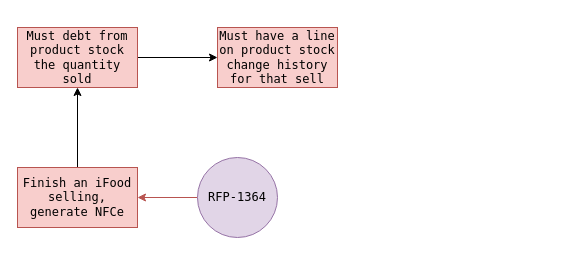
JoaoDiasDev/mind-maps keeps this draw.io diagram as work/rca/RFP-1364-MindMap.drawio. Above is the earlier version. Source tidied: cells renumbered, new cells numbered last; positions are measured from the earlier drawing's top-left corner, leaving out a move shared by most shapes. Both pictures are drawn from the tidied source at 100%, with x=0, y=0 at pixel (17, 27).
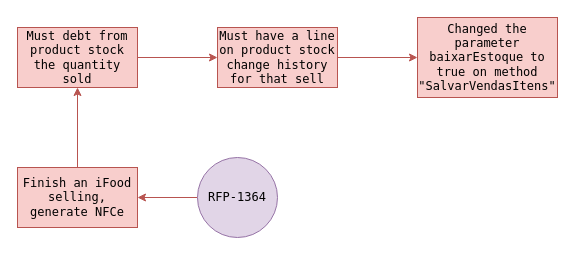
The same page after the edit.

What changed in the source:
```diff
@@
 <mxGraphModel>
   <root>
     <mxCell id="0" />
     <mxCell id="1" parent="0" />
     <mxCell id="2" style="edgeStyle=orthogonalEdgeStyle;rounded=0;jettySize=auto;html=1;fillColor=#f8cecc;strokeColor=#b85450;" parent="1" edge="1" source="3" target="5">
       <mxGeometry relative="1" as="geometry" />
     </mxCell>
     <mxCell id="3" value="RFP-1364" style="ellipse;whiteSpace=wrap;html=1;fillColor=#e1d5e7;strokeColor=#9673a6;fontFamily=Lucida Console;" parent="1" vertex="1">
       <mxGeometry x="180" y="130" width="80" height="80" as="geometry" />
     </mxCell>
-    <mxCell id="4" style="edgeStyle=orthogonalEdgeStyle;rounded=0;jettySize=auto;html=1;" parent="1" edge="1" source="5" target="7">
+    <mxCell id="4" style="edgeStyle=orthogonalEdgeStyle;rounded=0;jettySize=auto;html=1;fillColor=#f8cecc;strokeColor=#b85450;" parent="1" edge="1" source="5" target="7">
       <mxGeometry relative="1" as="geometry" />
     </mxCell>
     <mxCell id="5" value="Finish an iFood selling, generate NFCe" style="whiteSpace=wrap;html=1;fontFamily=Lucida Console;fillColor=#f8cecc;strokeColor=#b85450;" parent="1" vertex="1">
       <mxGeometry y="140" width="120" height="60" as="geometry" />
     </mxCell>
-    <mxCell id="6" style="edgeStyle=orthogonalEdgeStyle;rounded=0;jettySize=auto;html=1;" parent="1" edge="1" source="7" target="8">
+    <mxCell id="6" style="edgeStyle=orthogonalEdgeStyle;rounded=0;jettySize=auto;html=1;fillColor=#f8cecc;strokeColor=#b85450;" parent="1" edge="1" source="7" target="8">
       <mxGeometry relative="1" as="geometry" />
     </mxCell>
     <mxCell id="7" value="Must debt from product stock the quantity sold" style="whiteSpace=wrap;html=1;fontFamily=Lucida Console;fillColor=#f8cecc;strokeColor=#b85450;" parent="1" vertex="1">
       <mxGeometry width="120" height="60" as="geometry" />
     </mxCell>
+    <mxCell id="9" style="edgeStyle=orthogonalEdgeStyle;rounded=0;jettySize=auto;html=1;fillColor=#f8cecc;strokeColor=#b85450;" parent="1" edge="1" source="8" target="10">
+      <mxGeometry relative="1" as="geometry" />
+    </mxCell>
     <mxCell id="8" value="Must have a line on product stock change history for that sell" style="whiteSpace=wrap;html=1;fontFamily=Lucida Console;fillColor=#f8cecc;strokeColor=#b85450;" parent="1" vertex="1">
       <mxGeometry x="200" width="120" height="60" as="geometry" />
     </mxCell>
+    <mxCell id="10" value="Changed the parameter baixarEstoque to true on method &quot;SalvarVendasItens&quot;" style="whiteSpace=wrap;html=1;fontFamily=Lucida Console;fillColor=#f8cecc;strokeColor=#b85450;" parent="1" vertex="1">
+      <mxGeometry x="400" y="-10" width="140" height="80" as="geometry" />
+    </mxCell>
   </root>
 </mxGraphModel>
```
